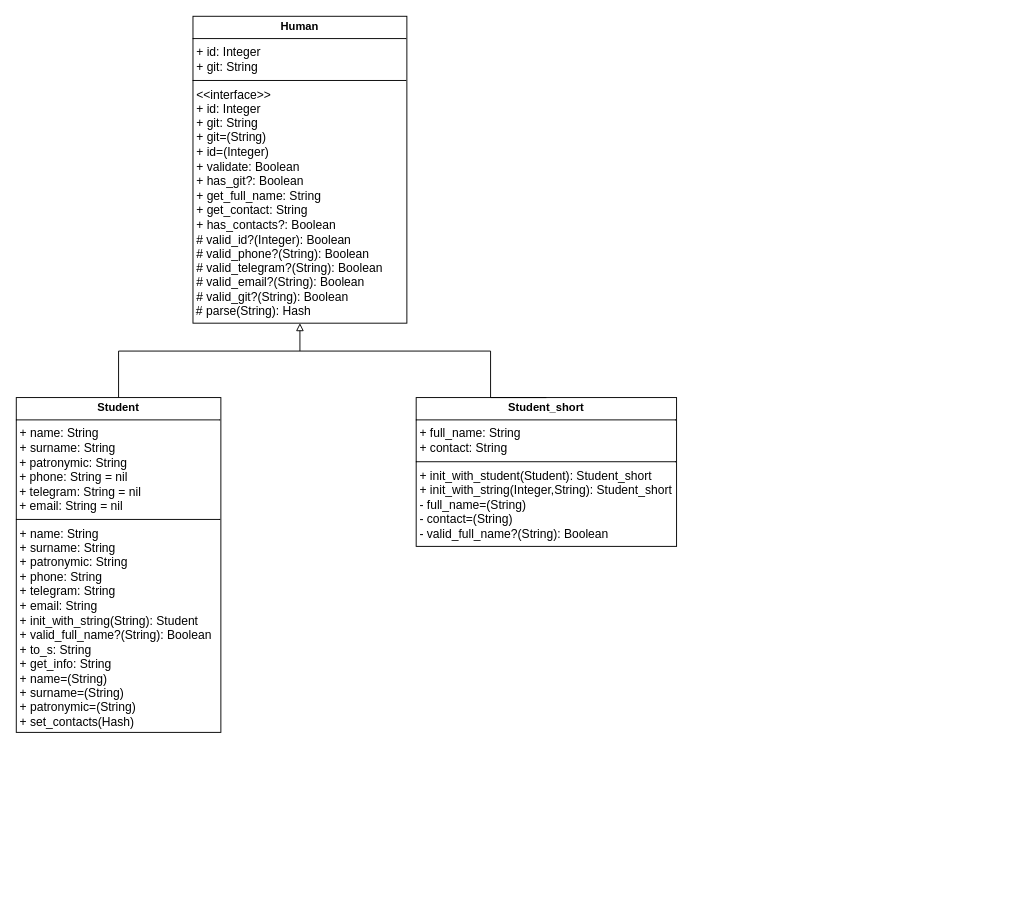
Before: Students/media/diagrams/class_diagram.drawio in mighty-mlrisen/design-patterns, a draw.io diagram. Source tidied: cells renumbered, new cells numbered last; positions are measured from the earlier drawing's top-left corner, leaving out a move shared by most shapes. Both pictures are drawn from the tidied source at 93%, with x=0, y=0 at pixel (16, 16).
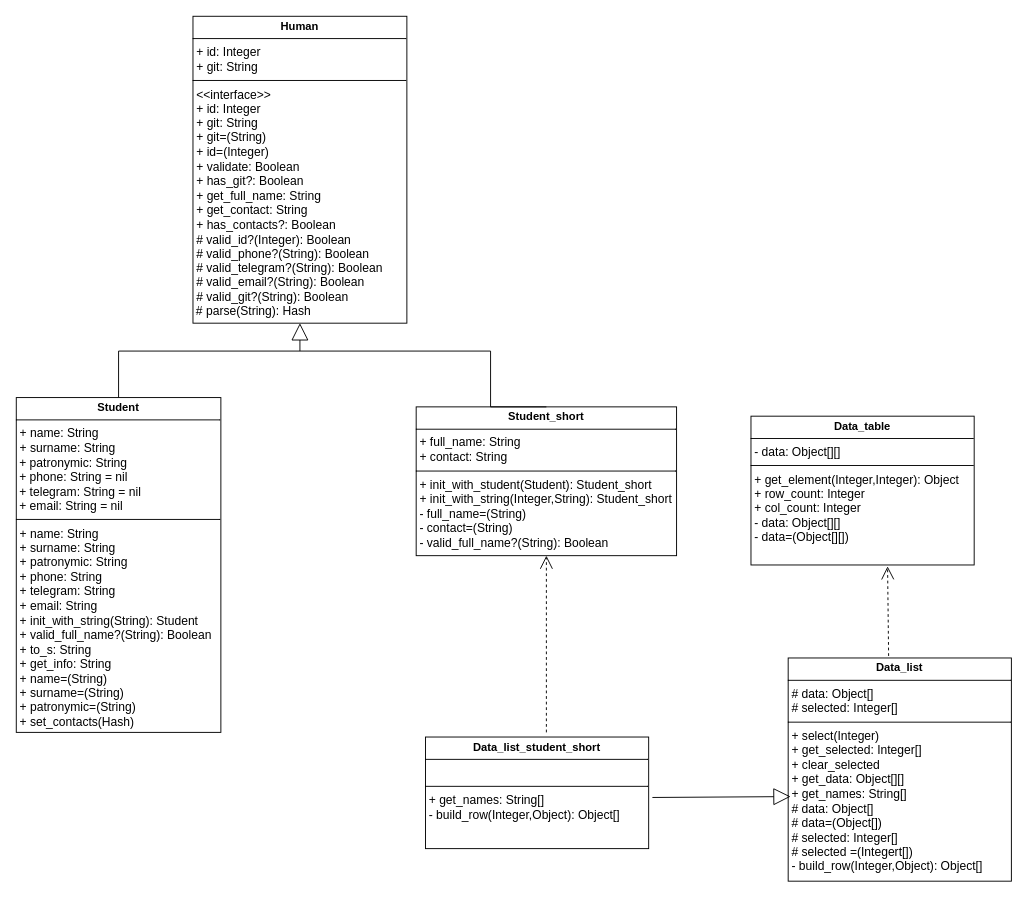
The same page after the edit.

Commit message (it also covers changes not shown here):
lab4 1.10: updated class diagram

The edit, as a diff of the source:
```diff
@@
 <mxGraphModel>
   <root>
     <mxCell id="0" />
     <mxCell id="1" parent="0" />
     <mxCell id="2" value="&lt;p style=&quot;margin:0px;margin-top:4px;text-align:center;&quot;&gt;&lt;b&gt;Student&lt;/b&gt;&lt;/p&gt;&lt;hr size=&quot;1&quot; style=&quot;border-style:solid;&quot;&gt;&lt;p style=&quot;margin: 0px 0px 0px 4px; font-size: 13px;&quot;&gt;&lt;font style=&quot;font-size: 13px;&quot;&gt;+ name: String&lt;/font&gt;&lt;/p&gt;&lt;p style=&quot;margin: 0px 0px 0px 4px; font-size: 13px;&quot;&gt;&lt;font style=&quot;font-size: 13px;&quot;&gt;+ surname: String&lt;br&gt;&lt;/font&gt;&lt;/p&gt;&lt;div style=&quot;font-size: 13px;&quot;&gt;&lt;font style=&quot;font-size: 13px;&quot;&gt;&amp;nbsp;&lt;span style=&quot;background-color: initial;&quot;&gt;+&amp;nbsp;&lt;/span&gt;&lt;span style=&quot;background-color: initial;&quot;&gt;patronymic&lt;/span&gt;&lt;span style=&quot;background-color: initial;&quot;&gt;: String&lt;/span&gt;&lt;/font&gt;&lt;/div&gt;&lt;div style=&quot;font-size: 13px;&quot;&gt;&lt;font style=&quot;font-size: 13px;&quot;&gt;&lt;span style=&quot;background-color: initial;&quot;&gt;&amp;nbsp;&lt;/span&gt;&lt;span style=&quot;background-color: initial;&quot;&gt;+&amp;nbsp;&lt;/span&gt;&lt;span style=&quot;background-color: initial;&quot;&gt;phone&lt;/span&gt;&lt;span style=&quot;background-color: initial;&quot;&gt;: String = nil&lt;/span&gt;&lt;/font&gt;&lt;/div&gt;&lt;div style=&quot;font-size: 13px;&quot;&gt;&lt;font style=&quot;font-size: 13px;&quot;&gt;&lt;span style=&quot;background-color: initial;&quot;&gt;&amp;nbsp;&lt;/span&gt;&lt;span style=&quot;background-color: initial;&quot;&gt;+&amp;nbsp;&lt;/span&gt;&lt;span style=&quot;background-color: initial;&quot;&gt;telegram&lt;/span&gt;&lt;span style=&quot;background-color: initial;&quot;&gt;: String = nil&lt;/span&gt;&lt;/font&gt;&lt;/div&gt;&lt;div style=&quot;font-size: 13px;&quot;&gt;&lt;font style=&quot;font-size: 13px;&quot;&gt;&lt;span style=&quot;background-color: initial;&quot;&gt;&amp;nbsp;&lt;/span&gt;&lt;span style=&quot;background-color: initial;&quot;&gt;+&amp;nbsp;&lt;/span&gt;&lt;span style=&quot;background-color: initial;&quot;&gt;email&lt;/span&gt;&lt;span style=&quot;background-color: initial;&quot;&gt;: String = nil&lt;/span&gt;&lt;/font&gt;&lt;/div&gt;&lt;hr size=&quot;1&quot; style=&quot;border-style: solid; font-size: 13px;&quot;&gt;&lt;p style=&quot;margin: 0px 0px 0px 4px; font-size: 13px;&quot;&gt;&lt;font style=&quot;font-size: 13px;&quot;&gt;+ name&lt;/font&gt;&lt;span style=&quot;background-color: initial;&quot;&gt;: String&lt;/span&gt;&lt;/p&gt;&lt;p style=&quot;margin: 0px 0px 0px 4px; font-size: 13px;&quot;&gt;&lt;font style=&quot;font-size: 13px;&quot;&gt;+ surname: String&lt;br&gt;&lt;/font&gt;&lt;/p&gt;&lt;p style=&quot;margin: 0px 0px 0px 4px; font-size: 13px;&quot;&gt;&lt;font style=&quot;font-size: 13px;&quot;&gt;+ patronymic: String&lt;br&gt;&lt;/font&gt;&lt;/p&gt;&lt;p style=&quot;margin: 0px 0px 0px 4px; font-size: 13px;&quot;&gt;&lt;font style=&quot;font-size: 13px;&quot;&gt;+ phone: String&lt;br&gt;&lt;/font&gt;&lt;/p&gt;&lt;p style=&quot;margin: 0px 0px 0px 4px; font-size: 13px;&quot;&gt;&lt;font style=&quot;font-size: 13px;&quot;&gt;+ telegram: String&lt;br&gt;&lt;/font&gt;&lt;/p&gt;&lt;p style=&quot;margin: 0px 0px 0px 4px; font-size: 13px;&quot;&gt;&lt;font style=&quot;font-size: 13px;&quot;&gt;+ email: String&lt;br&gt;&lt;/font&gt;&lt;/p&gt;&lt;p style=&quot;margin: 0px 0px 0px 4px; font-size: 13px;&quot;&gt;&lt;font style=&quot;font-size: 13px;&quot;&gt;+ init_with_string(&lt;/font&gt;&lt;span style=&quot;background-color: initial;&quot;&gt;String&lt;/span&gt;&lt;span style=&quot;background-color: initial;&quot;&gt;): Student&lt;/span&gt;&lt;/p&gt;&lt;p style=&quot;margin: 0px 0px 0px 4px; font-size: 13px;&quot;&gt;&lt;font style=&quot;font-size: 13px;&quot;&gt;+ valid_full_name?(&lt;/font&gt;&lt;span style=&quot;background-color: initial;&quot;&gt;String&lt;/span&gt;&lt;span style=&quot;background-color: initial;&quot;&gt;): Boolean&lt;/span&gt;&lt;/p&gt;&lt;p style=&quot;margin: 0px 0px 0px 4px; font-size: 13px;&quot;&gt;&lt;font style=&quot;font-size: 13px;&quot;&gt;+ to_s: String&lt;br&gt;&lt;/font&gt;&lt;/p&gt;&lt;p style=&quot;margin: 0px 0px 0px 4px; font-size: 13px;&quot;&gt;&lt;font style=&quot;font-size: 13px;&quot;&gt;+ get_info: String&lt;/font&gt;&lt;/p&gt;&lt;p style=&quot;margin: 0px 0px 0px 4px; font-size: 13px;&quot;&gt;&lt;font style=&quot;font-size: 13px;&quot;&gt;+&amp;nbsp;name&lt;span style=&quot;background-color: initial;&quot;&gt;=(&lt;/span&gt;&lt;/font&gt;&lt;span style=&quot;background-color: initial;&quot;&gt;String&lt;/span&gt;&lt;span style=&quot;background-color: initial;&quot;&gt;)&lt;/span&gt;&lt;/p&gt;&lt;p style=&quot;margin: 0px 0px 0px 4px; font-size: 13px;&quot;&gt;&lt;font style=&quot;font-size: 13px;&quot;&gt;+ surname&lt;span style=&quot;background-color: initial;&quot;&gt;=(&lt;/span&gt;&lt;/font&gt;&lt;span style=&quot;background-color: initial;&quot;&gt;String&lt;/span&gt;&lt;span style=&quot;background-color: initial;&quot;&gt;)&lt;/span&gt;&lt;/p&gt;&lt;p style=&quot;margin: 0px 0px 0px 4px; font-size: 13px;&quot;&gt;&lt;font style=&quot;font-size: 13px;&quot;&gt;+ patronymic=(&lt;/font&gt;&lt;span style=&quot;background-color: initial;&quot;&gt;String&lt;/span&gt;&lt;span style=&quot;background-color: initial;&quot;&gt;)&lt;/span&gt;&lt;/p&gt;&lt;p style=&quot;margin: 0px 0px 0px 4px; font-size: 13px;&quot;&gt;&lt;span style=&quot;background-color: initial;&quot;&gt;+&amp;nbsp;set_contacts(Hash)&lt;/span&gt;&lt;/p&gt;&lt;p style=&quot;margin: 0px 0px 0px 4px; font-size: 13px;&quot;&gt;&lt;br&gt;&lt;/p&gt;&lt;p style=&quot;margin: 0px 0px 0px 4px; font-size: 13px;&quot;&gt;&lt;br&gt;&lt;/p&gt;" style="verticalAlign=top;align=left;overflow=fill;html=1;whiteSpace=wrap;" parent="1" vertex="1">
       <mxGeometry y="410" width="220" height="360" as="geometry" />
     </mxCell>
     <mxCell id="3" value="&lt;p style=&quot;margin:0px;margin-top:4px;text-align:center;&quot;&gt;&lt;b&gt;Student_short&lt;/b&gt;&lt;/p&gt;&lt;hr size=&quot;1&quot; style=&quot;border-style:solid;&quot;&gt;&lt;p style=&quot;margin: 0px 0px 0px 4px; font-size: 13px;&quot;&gt;&lt;font style=&quot;font-size: 13px;&quot;&gt;+ full_name: String&lt;/font&gt;&lt;/p&gt;&lt;p style=&quot;margin: 0px 0px 0px 4px; font-size: 13px;&quot;&gt;&lt;font style=&quot;font-size: 13px;&quot;&gt;+ contact: String&lt;br&gt;&lt;/font&gt;&lt;/p&gt;&lt;hr size=&quot;1&quot; style=&quot;border-style: solid; font-size: 13px;&quot;&gt;&lt;p style=&quot;margin: 0px 0px 0px 4px; font-size: 13px;&quot;&gt;&lt;span style=&quot;background-color: initial;&quot;&gt;+ init_with_student(Student): Student_short&lt;/span&gt;&lt;br&gt;&lt;/p&gt;&lt;p style=&quot;margin: 0px 0px 0px 4px; font-size: 13px;&quot;&gt;&lt;font style=&quot;font-size: 13px;&quot;&gt;+ init_with_string(Integer,String): Student_short&lt;/font&gt;&lt;/p&gt;&lt;p style=&quot;margin: 0px 0px 0px 4px; font-size: 13px;&quot;&gt;&lt;span style=&quot;background-color: initial;&quot;&gt;-&amp;nbsp;full_name=(String)&lt;/span&gt;&lt;br&gt;&lt;/p&gt;&lt;p style=&quot;margin: 0px 0px 0px 4px; font-size: 13px;&quot;&gt;&lt;font style=&quot;font-size: 13px;&quot;&gt;-&amp;nbsp;contact=(String)&lt;br&gt;&lt;/font&gt;&lt;/p&gt;&lt;p style=&quot;margin: 0px 0px 0px 4px; font-size: 13px;&quot;&gt;&lt;font style=&quot;font-size: 13px;&quot;&gt;- valid_full_name?(String): Boolean&lt;/font&gt;&lt;br&gt;&lt;/p&gt;" style="verticalAlign=top;align=left;overflow=fill;html=1;whiteSpace=wrap;" parent="1" vertex="1">
-      <mxGeometry x="430" y="410" width="280" height="160" as="geometry" />
+      <mxGeometry x="430" y="420" width="280" height="160" as="geometry" />
     </mxCell>
-    <mxCell id="4" style="edgeStyle=none;rounded=0;jettySize=auto;html=1;startArrow=block;startFill=0;endArrow=none;endFill=0;" parent="1" edge="1" source="5">
-      <mxGeometry relative="1" as="geometry">
-        <mxPoint x="305" y="360" as="targetPoint" />
-      </mxGeometry>
-    </mxCell>
     <mxCell id="5" value="&lt;p style=&quot;margin:0px;margin-top:4px;text-align:center;&quot;&gt;&lt;b&gt;Human&lt;/b&gt;&lt;/p&gt;&lt;hr size=&quot;1&quot; style=&quot;border-style:solid;&quot;&gt;&lt;p style=&quot;margin: 0px 0px 0px 4px; font-size: 13px;&quot;&gt;&lt;font style=&quot;font-size: 13px;&quot;&gt;+ id: Integer&lt;/font&gt;&lt;/p&gt;&lt;p style=&quot;margin: 0px 0px 0px 4px; font-size: 13px;&quot;&gt;&lt;font style=&quot;font-size: 13px;&quot;&gt;+ git: String&lt;/font&gt;&lt;/p&gt;&lt;hr size=&quot;1&quot; style=&quot;border-style: solid; font-size: 13px;&quot;&gt;&lt;p style=&quot;margin: 0px 0px 0px 4px;&quot;&gt;&lt;span style=&quot;font-size: 13px;&quot;&gt;&amp;lt;&amp;lt;interface&amp;gt;&amp;gt;&lt;/span&gt;&lt;/p&gt;&lt;p style=&quot;margin: 0px 0px 0px 4px;&quot;&gt;&lt;font style=&quot;&quot;&gt;&lt;font style=&quot;font-size: 13px;&quot;&gt;+ id&lt;/font&gt;&lt;span style=&quot;font-size: 13px; background-color: initial;&quot;&gt;: Integer&lt;/span&gt;&lt;br&gt;&lt;/font&gt;&lt;/p&gt;&lt;p style=&quot;margin: 0px 0px 0px 4px; font-size: 13px;&quot;&gt;&lt;font style=&quot;font-size: 13px;&quot;&gt;+ git&lt;span style=&quot;background-color: initial;&quot;&gt;: String&lt;/span&gt;&lt;br&gt;&lt;/font&gt;&lt;/p&gt;&lt;p style=&quot;font-size: 13px; margin: 0px 0px 0px 4px;&quot;&gt;+&amp;nbsp;git=(String)&lt;br&gt;&lt;/p&gt;&lt;p style=&quot;margin: 0px 0px 0px 4px; font-size: 13px;&quot;&gt;&lt;/p&gt;&lt;p style=&quot;font-size: 13px; margin: 0px 0px 0px 4px;&quot;&gt;+&amp;nbsp;id&lt;span style=&quot;background-color: initial;&quot;&gt;=(Integer)&lt;/span&gt;&lt;/p&gt;&lt;p style=&quot;margin: 0px 0px 0px 4px; font-size: 13px;&quot;&gt;+ validate: Boolean&lt;br&gt;&lt;/p&gt;&lt;p style=&quot;margin: 0px 0px 0px 4px; font-size: 13px;&quot;&gt;&lt;/p&gt;&lt;p style=&quot;margin: 0px 0px 0px 4px; font-size: 13px;&quot;&gt;+ has_git?:&amp;nbsp;&lt;span style=&quot;background-color: initial;&quot;&gt;Boolean&lt;/span&gt;&lt;/p&gt;&lt;p style=&quot;margin: 0px 0px 0px 4px; font-size: 13px;&quot;&gt;+ get_full_name: String&lt;br&gt;&lt;/p&gt;&lt;p style=&quot;margin: 0px 0px 0px 4px; font-size: 13px;&quot;&gt;+ get_contact: String&lt;/p&gt;&lt;p style=&quot;margin: 0px 0px 0px 4px; font-size: 13px;&quot;&gt;+ has_contacts?: Boolean&lt;br&gt;&lt;/p&gt;&lt;p style=&quot;margin: 0px 0px 0px 4px; font-size: 13px;&quot;&gt;&lt;font style=&quot;font-size: 13px;&quot;&gt;# valid_id?(&lt;/font&gt;&lt;span style=&quot;background-color: initial;&quot;&gt;Integer&lt;/span&gt;&lt;font style=&quot;background-color: initial;&quot;&gt;):&amp;nbsp;&lt;/font&gt;&lt;span style=&quot;background-color: initial;&quot;&gt;Boolean&lt;/span&gt;&lt;/p&gt;&lt;p style=&quot;margin: 0px 0px 0px 4px; font-size: 13px;&quot;&gt;&lt;font style=&quot;font-size: 13px;&quot;&gt;# valid_phone?(&lt;/font&gt;&lt;span style=&quot;background-color: initial;&quot;&gt;String&lt;/span&gt;&lt;span style=&quot;background-color: initial;&quot;&gt;):&amp;nbsp;&lt;/span&gt;&lt;span style=&quot;background-color: initial;&quot;&gt;Boolean&lt;/span&gt;&lt;/p&gt;&lt;p style=&quot;margin: 0px 0px 0px 4px; font-size: 13px;&quot;&gt;&lt;font style=&quot;font-size: 13px;&quot;&gt;# valid_telegram?(&lt;/font&gt;&lt;span style=&quot;background-color: initial;&quot;&gt;String&lt;/span&gt;&lt;span style=&quot;background-color: initial;&quot;&gt;):&amp;nbsp;&lt;/span&gt;&lt;span style=&quot;background-color: initial;&quot;&gt;Boolean&lt;/span&gt;&lt;/p&gt;&lt;div style=&quot;font-size: 13px;&quot;&gt;&lt;p style=&quot;margin: 0px 0px 0px 4px;&quot;&gt;&lt;font style=&quot;font-size: 13px;&quot;&gt;# valid_email?(&lt;/font&gt;&lt;span style=&quot;background-color: initial;&quot;&gt;String&lt;/span&gt;&lt;span style=&quot;background-color: initial;&quot;&gt;):&amp;nbsp;&lt;/span&gt;&lt;span style=&quot;background-color: initial;&quot;&gt;Boolean&lt;/span&gt;&lt;/p&gt;&lt;/div&gt;&lt;div style=&quot;font-size: 13px;&quot;&gt;&lt;p style=&quot;margin: 0px 0px 0px 4px;&quot;&gt;&lt;font style=&quot;font-size: 13px;&quot;&gt;# valid_git?(&lt;/font&gt;&lt;span style=&quot;background-color: initial;&quot;&gt;String&lt;/span&gt;&lt;span style=&quot;background-color: initial;&quot;&gt;):&amp;nbsp;&lt;/span&gt;&lt;span style=&quot;background-color: initial;&quot;&gt;Boolean&lt;/span&gt;&lt;/p&gt;&lt;/div&gt;&lt;div style=&quot;font-size: 13px;&quot;&gt;&lt;font style=&quot;font-size: 13px;&quot;&gt;&amp;nbsp;#&amp;nbsp;parse(&lt;/font&gt;&lt;span style=&quot;background-color: initial;&quot;&gt;String&lt;/span&gt;&lt;span style=&quot;background-color: initial;&quot;&gt;): Hash&lt;/span&gt;&lt;/div&gt;&lt;div style=&quot;font-size: 13px;&quot;&gt;&lt;span style=&quot;background-color: initial;&quot;&gt;&lt;br&gt;&lt;/span&gt;&lt;/div&gt;&lt;div style=&quot;font-size: 13px;&quot;&gt;&lt;font style=&quot;font-size: 13px;&quot;&gt;&lt;div&gt;&lt;br&gt;&lt;/div&gt;&lt;div&gt;&lt;br&gt;&lt;/div&gt;&lt;/font&gt;&lt;/div&gt;&lt;div style=&quot;font-size: 13px;&quot;&gt;&lt;font style=&quot;font-size: 13px;&quot;&gt;&lt;br&gt;&lt;/font&gt;&lt;/div&gt;&lt;div style=&quot;font-size: 13px;&quot;&gt;&lt;font style=&quot;font-size: 13px;&quot;&gt;&lt;br&gt;&lt;/font&gt;&lt;/div&gt;&lt;div style=&quot;font-size: 13px;&quot;&gt;&lt;font style=&quot;font-size: 13px;&quot;&gt;&lt;br&gt;&lt;/font&gt;&lt;/div&gt;&lt;p style=&quot;margin:0px;margin-left:4px;&quot;&gt;&lt;br&gt;&lt;/p&gt;&lt;p style=&quot;margin:0px;margin-left:4px;&quot;&gt;&lt;br&gt;&lt;/p&gt;" style="verticalAlign=top;align=left;overflow=fill;html=1;whiteSpace=wrap;" parent="1" vertex="1">
       <mxGeometry x="190" width="230" height="330" as="geometry" />
     </mxCell>
     <mxCell id="6" style="endArrow=none;html=1;edgeStyle=orthogonalEdgeStyle;rounded=0;exitX=0.5;exitY=0;exitDx=0;exitDy=0;entryX=0.5;entryY=0;entryDx=0;entryDy=0;" parent="1" edge="1" source="2" target="3">
       <mxGeometry relative="1" as="geometry">
         <Array as="points">
           <mxPoint x="110" y="360" />
           <mxPoint x="510" y="360" />
         </Array>
       </mxGeometry>
     </mxCell>
+    <mxCell id="7" value="&lt;p style=&quot;margin:0px;margin-top:4px;text-align:center;&quot;&gt;&lt;b&gt;Data_table&lt;/b&gt;&lt;/p&gt;&lt;hr size=&quot;1&quot; style=&quot;border-style:solid;&quot;&gt;&lt;p style=&quot;margin: 0px 0px 0px 4px; font-size: 13px;&quot;&gt;&lt;font style=&quot;font-size: 13px;&quot;&gt;- data: Object[][]&lt;/font&gt;&lt;/p&gt;&lt;hr size=&quot;1&quot; style=&quot;border-style: solid; font-size: 13px;&quot;&gt;&lt;p style=&quot;margin: 0px 0px 0px 4px; font-size: 13px;&quot;&gt;&lt;span style=&quot;background-color: initial;&quot;&gt;+ get_element(&lt;/span&gt;&lt;span style=&quot;background-color: initial;&quot;&gt;Integer,&lt;/span&gt;&lt;span style=&quot;background-color: initial;&quot;&gt;Integer&lt;/span&gt;&lt;span style=&quot;background-color: initial;&quot;&gt;): Object&lt;/span&gt;&lt;/p&gt;&lt;p style=&quot;margin: 0px 0px 0px 4px; font-size: 13px;&quot;&gt;&lt;font style=&quot;font-size: 13px;&quot;&gt;+ row_count:&amp;nbsp;&lt;/font&gt;&lt;span style=&quot;background-color: initial;&quot;&gt;Integer&lt;/span&gt;&lt;/p&gt;&lt;p style=&quot;margin: 0px 0px 0px 4px; font-size: 13px;&quot;&gt;+ col_count:&amp;nbsp;&lt;span style=&quot;background-color: initial;&quot;&gt;Integer&lt;/span&gt;&lt;span style=&quot;background-color: initial;&quot;&gt;&lt;/span&gt;&lt;/p&gt;&lt;p style=&quot;margin: 0px 0px 0px 4px; font-size: 13px;&quot;&gt;&lt;span style=&quot;background-color: initial;&quot;&gt;- data:&amp;nbsp;&lt;/span&gt;&lt;span style=&quot;background-color: initial;&quot;&gt;Object[][]&lt;/span&gt;&lt;br&gt;&lt;/p&gt;&lt;p style=&quot;margin: 0px 0px 0px 4px; font-size: 13px;&quot;&gt;- data=(&lt;span style=&quot;background-color: initial;&quot;&gt;Object[][]&lt;/span&gt;&lt;span style=&quot;background-color: initial;&quot;&gt;)&lt;/span&gt;&lt;/p&gt;" style="verticalAlign=top;align=left;overflow=fill;html=1;whiteSpace=wrap;" parent="1" vertex="1">
+      <mxGeometry x="790" y="430" width="240" height="160" as="geometry" />
+    </mxCell>
+    <mxCell id="8" value="&lt;p style=&quot;margin:0px;margin-top:4px;text-align:center;&quot;&gt;&lt;b&gt;Data_list_student_short&lt;/b&gt;&lt;/p&gt;&lt;hr size=&quot;1&quot; style=&quot;border-style:solid;&quot;&gt;&lt;p style=&quot;margin: 0px 0px 0px 4px; font-size: 13px;&quot;&gt;&lt;br&gt;&lt;/p&gt;&lt;hr size=&quot;1&quot; style=&quot;border-style: solid; font-size: 13px;&quot;&gt;&lt;p style=&quot;margin: 0px 0px 0px 4px; font-size: 13px;&quot;&gt;&lt;span style=&quot;background-color: initial;&quot;&gt;+ get_names: String&lt;/span&gt;&lt;span style=&quot;background-color: initial;&quot;&gt;[]&lt;/span&gt;&lt;/p&gt;&lt;p style=&quot;margin: 0px 0px 0px 4px; font-size: 13px;&quot;&gt;&lt;span style=&quot;background-color: initial;&quot;&gt;- build_row(Integer,Object): Object&lt;/span&gt;&lt;span style=&quot;background-color: initial;&quot;&gt;[]&lt;/span&gt;&lt;span style=&quot;background-color: initial;&quot;&gt;&lt;/span&gt;&lt;/p&gt;" style="verticalAlign=top;align=left;overflow=fill;html=1;whiteSpace=wrap;" parent="1" vertex="1">
+      <mxGeometry x="440" y="775" width="240" height="120" as="geometry" />
+    </mxCell>
+    <mxCell id="9" value="&lt;p style=&quot;margin:0px;margin-top:4px;text-align:center;&quot;&gt;&lt;b&gt;Data_list&lt;/b&gt;&lt;/p&gt;&lt;hr size=&quot;1&quot; style=&quot;border-style:solid;&quot;&gt;&lt;p style=&quot;margin: 0px 0px 0px 4px; font-size: 13px;&quot;&gt;&lt;font style=&quot;font-size: 13px;&quot;&gt;# data:&amp;nbsp;&lt;/font&gt;&lt;span style=&quot;background-color: initial;&quot;&gt;Object[]&lt;/span&gt;&lt;/p&gt;&lt;p style=&quot;margin: 0px 0px 0px 4px; font-size: 13px;&quot;&gt;&lt;span style=&quot;background-color: initial;&quot;&gt;# selected:&amp;nbsp;&lt;/span&gt;&lt;span style=&quot;background-color: initial;&quot;&gt;Integer[]&lt;/span&gt;&lt;/p&gt;&lt;hr size=&quot;1&quot; style=&quot;border-style: solid; font-size: 13px;&quot;&gt;&lt;p style=&quot;margin: 0px 0px 0px 4px; font-size: 13px;&quot;&gt;&lt;span style=&quot;background-color: initial;&quot;&gt;+ select(&lt;/span&gt;&lt;span style=&quot;background-color: initial;&quot;&gt;Integer&lt;/span&gt;&lt;span style=&quot;background-color: initial;&quot;&gt;)&lt;/span&gt;&lt;/p&gt;&lt;p style=&quot;margin: 0px 0px 0px 4px; font-size: 13px;&quot;&gt;&lt;font style=&quot;font-size: 13px;&quot;&gt;+ get_selected:&amp;nbsp;&lt;/font&gt;&lt;span style=&quot;background-color: initial;&quot;&gt;Integer[]&lt;/span&gt;&lt;/p&gt;&lt;p style=&quot;margin: 0px 0px 0px 4px; font-size: 13px;&quot;&gt;+ clear_selected&lt;/p&gt;&lt;p style=&quot;margin: 0px 0px 0px 4px; font-size: 13px;&quot;&gt;&lt;span style=&quot;background-color: initial;&quot;&gt;+ get_data:&amp;nbsp;&lt;/span&gt;&lt;span style=&quot;background-color: initial;&quot;&gt;Object[][]&lt;/span&gt;&lt;br&gt;&lt;/p&gt;&lt;p style=&quot;margin: 0px 0px 0px 4px; font-size: 13px;&quot;&gt;&lt;span style=&quot;background-color: initial;&quot;&gt;+ get_names: String&lt;/span&gt;&lt;span style=&quot;background-color: initial;&quot;&gt;[]&lt;/span&gt;&lt;/p&gt;&lt;p style=&quot;margin: 0px 0px 0px 4px; font-size: 13px;&quot;&gt;&lt;span style=&quot;background-color: initial;&quot;&gt;# data:&amp;nbsp;&lt;/span&gt;&lt;span style=&quot;background-color: initial;&quot;&gt;Object[]&lt;/span&gt;&lt;br&gt;&lt;/p&gt;&lt;p style=&quot;margin: 0px 0px 0px 4px; font-size: 13px;&quot;&gt;# data=(&lt;span style=&quot;background-color: initial;&quot;&gt;Object[]&lt;/span&gt;&lt;span style=&quot;background-color: initial;&quot;&gt;)&lt;/span&gt;&lt;/p&gt;&lt;p style=&quot;margin: 0px 0px 0px 4px; font-size: 13px;&quot;&gt;&lt;span style=&quot;background-color: initial;&quot;&gt;#&amp;nbsp;&lt;/span&gt;&lt;span style=&quot;background-color: initial;&quot;&gt;selected&lt;/span&gt;&lt;span style=&quot;background-color: initial;&quot;&gt;: Integer&lt;/span&gt;&lt;span style=&quot;background-color: initial;&quot;&gt;[]&lt;/span&gt;&lt;/p&gt;&lt;p style=&quot;margin: 0px 0px 0px 4px; font-size: 13px;&quot;&gt;#&amp;nbsp;&lt;span style=&quot;background-color: initial;&quot;&gt;selected&amp;nbsp;&lt;/span&gt;&lt;span style=&quot;background-color: initial;&quot;&gt;=(Integer&lt;/span&gt;&lt;span style=&quot;background-color: initial;&quot;&gt;t[]&lt;/span&gt;&lt;span style=&quot;background-color: initial;&quot;&gt;)&lt;/span&gt;&lt;/p&gt;&lt;p style=&quot;margin: 0px 0px 0px 4px; font-size: 13px;&quot;&gt;&lt;span style=&quot;background-color: initial;&quot;&gt;- build_row(Integer,Object): Object&lt;/span&gt;&lt;span style=&quot;background-color: initial;&quot;&gt;[]&lt;/span&gt;&lt;span style=&quot;background-color: initial;&quot;&gt;&lt;/span&gt;&lt;/p&gt;" style="verticalAlign=top;align=left;overflow=fill;html=1;whiteSpace=wrap;" parent="1" vertex="1">
+      <mxGeometry x="830" y="690" width="240" height="240" as="geometry" />
+    </mxCell>
+    <mxCell id="10" style="endArrow=open;endSize=12;dashed=1;html=1;rounded=0;entryX=0.5;entryY=1;entryDx=0;entryDy=0;" parent="1" edge="1" target="3">
+      <mxGeometry relative="1" as="geometry">
+        <mxPoint x="570" y="770" as="sourcePoint" />
+      </mxGeometry>
+    </mxCell>
+    <mxCell id="11" style="endArrow=block;endSize=16;endFill=0;html=1;rounded=0;entryX=0.5;entryY=1;entryDx=0;entryDy=0;" parent="1" edge="1" target="5">
+      <mxGeometry relative="1" as="geometry">
+        <mxPoint x="305" y="360" as="sourcePoint" />
+      </mxGeometry>
+    </mxCell>
+    <mxCell id="12" style="endArrow=block;endSize=16;endFill=0;html=1;rounded=0;entryX=0.011;entryY=0.621;entryDx=0;entryDy=0;entryPerimeter=0;" parent="1" edge="1" target="9">
+      <mxGeometry x="0.01" relative="1" as="geometry">
+        <mxPoint x="684" y="840" as="sourcePoint" />
+      </mxGeometry>
+    </mxCell>
+    <mxCell id="13" style="endArrow=open;endSize=12;dashed=1;html=1;rounded=0;exitX=0.45;exitY=-0.009;exitDx=0;exitDy=0;exitPerimeter=0;entryX=0.612;entryY=1.009;entryDx=0;entryDy=0;entryPerimeter=0;" parent="1" edge="1" source="9" target="7">
+      <mxGeometry relative="1" as="geometry" />
+    </mxCell>
   </root>
 </mxGraphModel>
```
